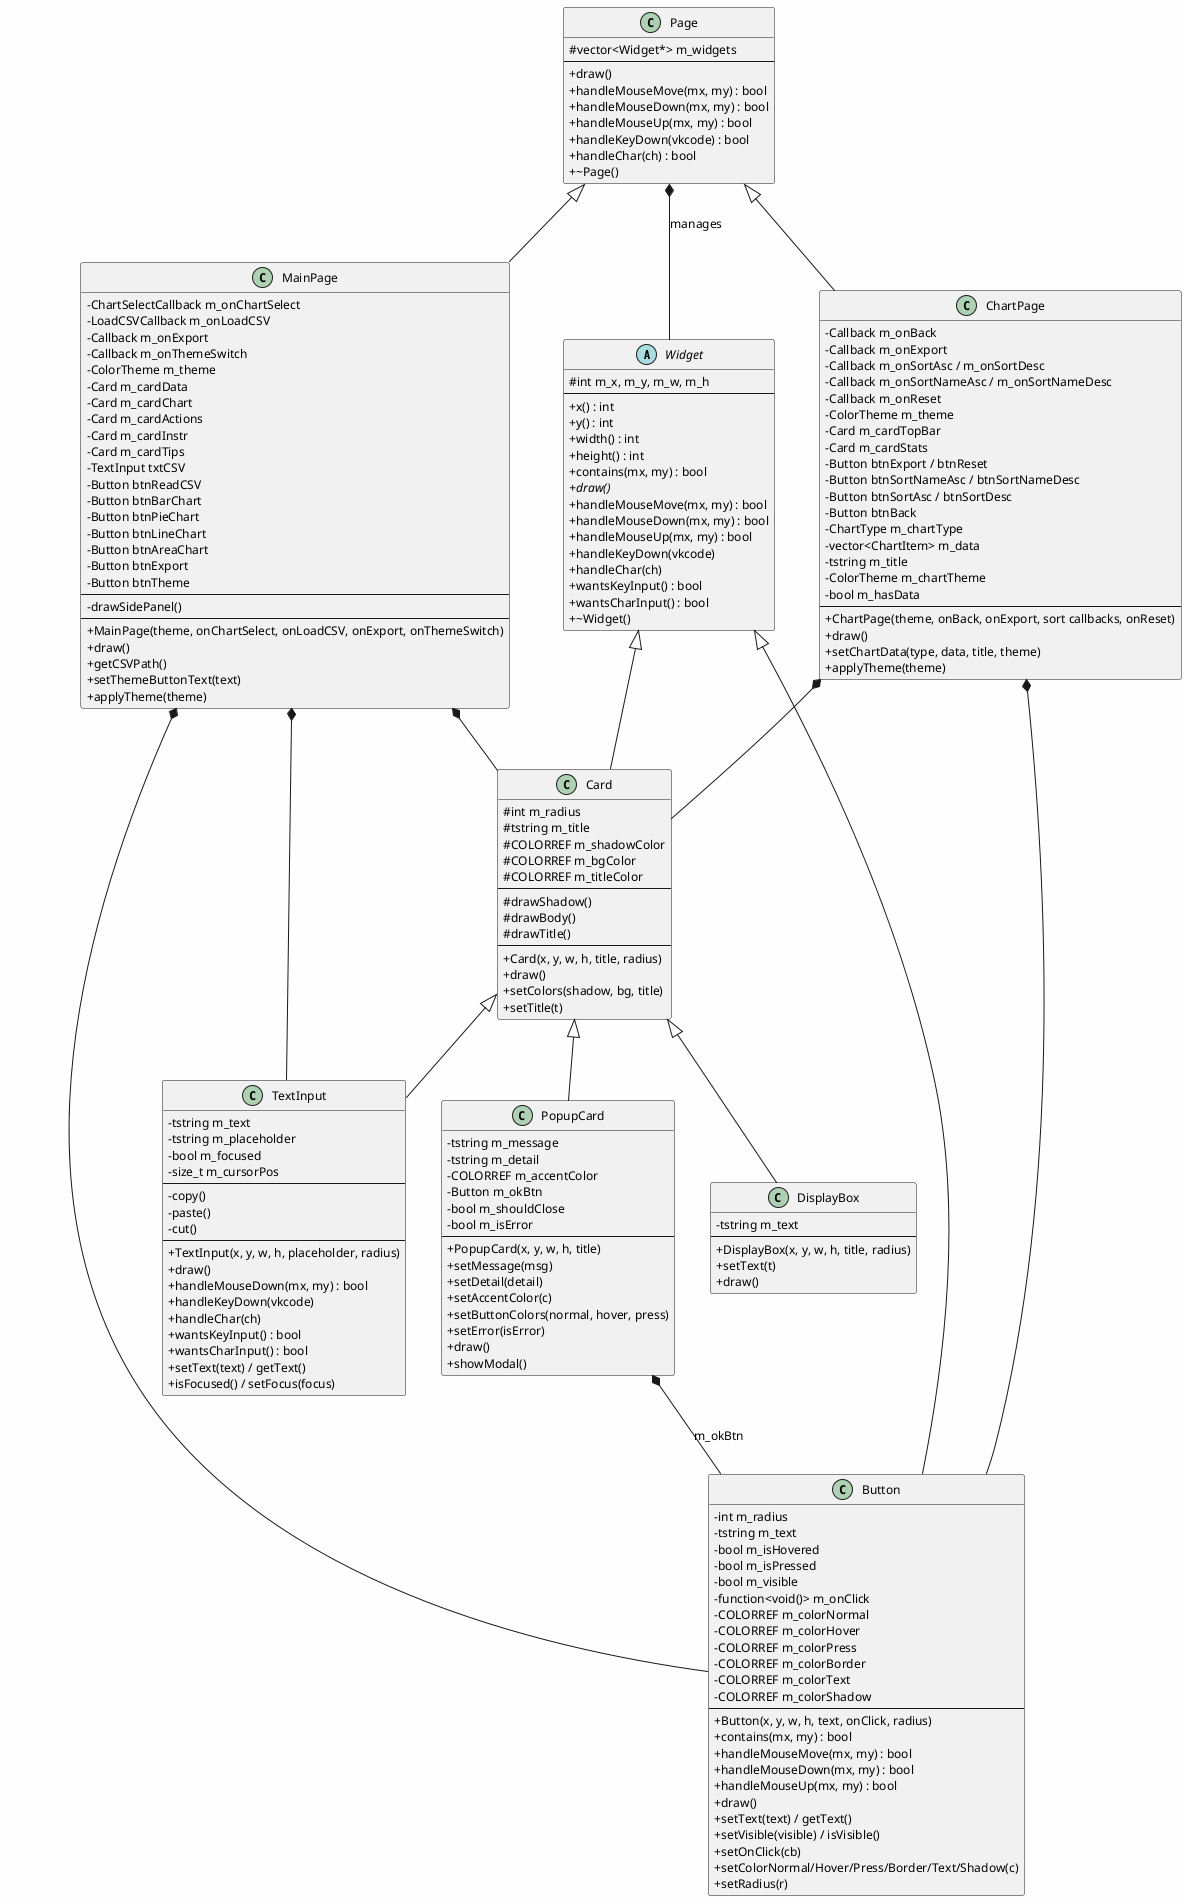
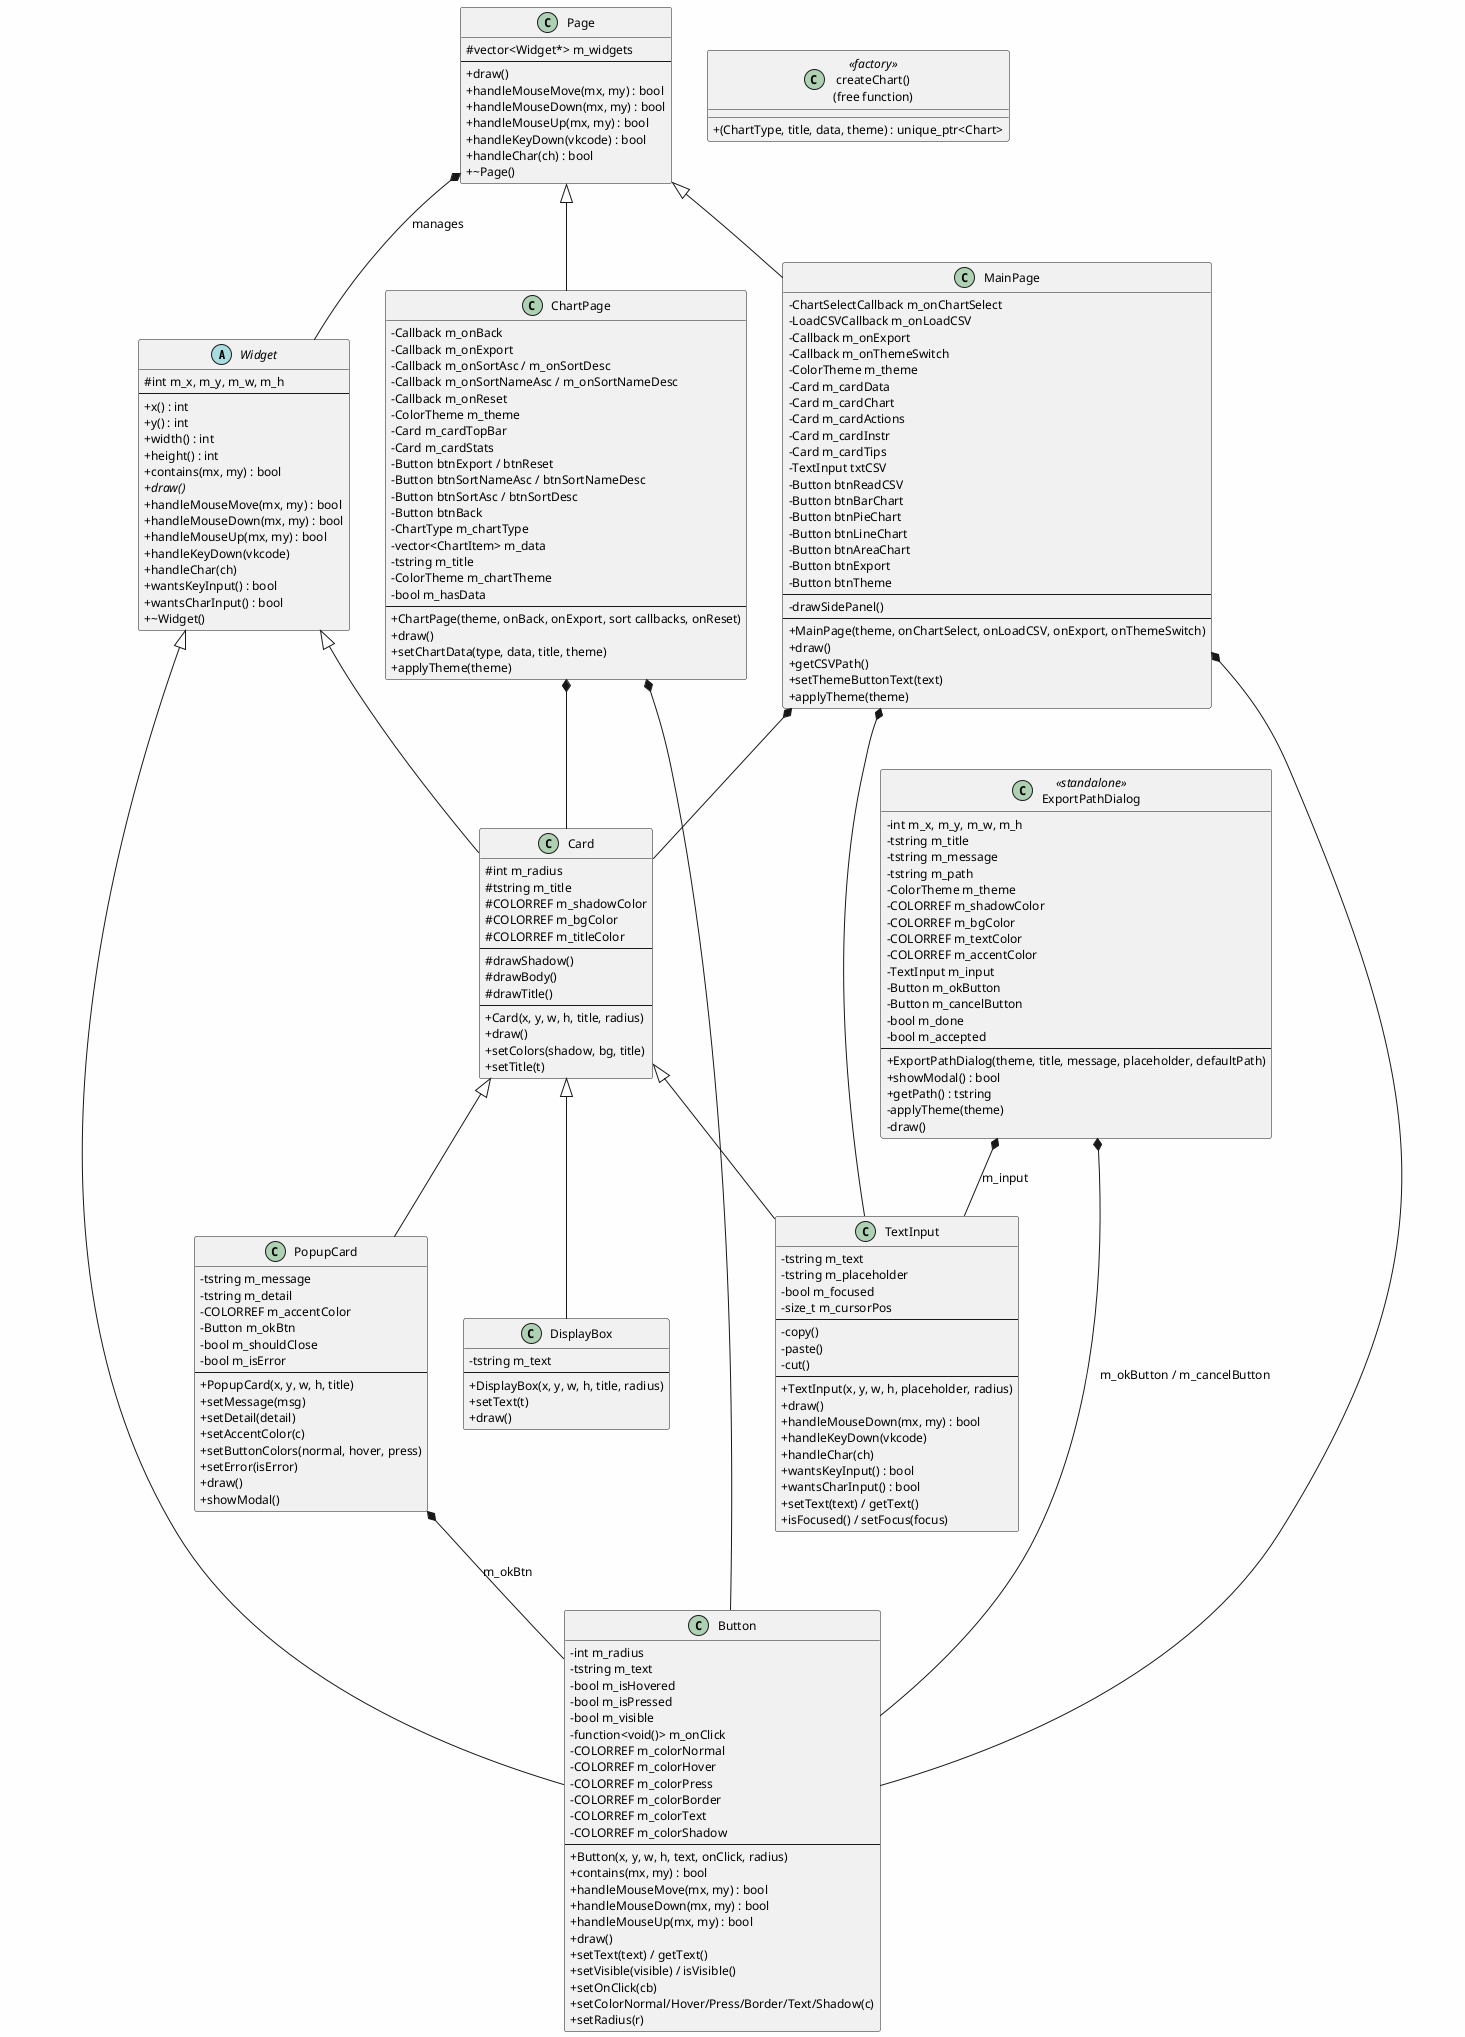
@startuml UI控件类层次结构
' ==================== UI 控件 + 页面继承体系 ====================
+ ' 版本: 2025-06 — 反映最新源码结构
+ '   - 新增 ExportPathDialog
+ '   - 新增 createChart 工厂函数
+ '   - Page 事件方法签名与源码一致

skinparam classAttributeIconSize 0
skinparam backgroundColor #FEFEFE
skinparam defaultFontSize 12

' ── Widget 抽象基类 ──
abstract class Widget {
  # int m_x, m_y, m_w, m_h
  ---
  + x() : int
  + y() : int
  + width() : int
  + height() : int
  + contains(mx, my) : bool
  + {abstract} draw()
  + handleMouseMove(mx, my) : bool
  + handleMouseDown(mx, my) : bool
  + handleMouseUp(mx, my) : bool
  + handleKeyDown(vkcode)
  + handleChar(ch)
  + wantsKeyInput() : bool
  + wantsCharInput() : bool
  + ~Widget()
}

' ── Button ──
class Button {
  - int m_radius
  - tstring m_text
  - bool m_isHovered
  - bool m_isPressed
  - bool m_visible
  - function<void()> m_onClick
  - COLORREF m_colorNormal
  - COLORREF m_colorHover
  - COLORREF m_colorPress
  - COLORREF m_colorBorder
  - COLORREF m_colorText
  - COLORREF m_colorShadow
  ---
  + Button(x, y, w, h, text, onClick, radius)
  + contains(mx, my) : bool
  + handleMouseMove(mx, my) : bool
  + handleMouseDown(mx, my) : bool
  + handleMouseUp(mx, my) : bool
  + draw()
  + setText(text) / getText()
  + setVisible(visible) / isVisible()
  + setOnClick(cb)
  + setColorNormal/Hover/Press/Border/Text/Shadow(c)
  + setRadius(r)
}

' ── Card ──
class Card {
  # int m_radius
  # tstring m_title
  # COLORREF m_shadowColor
  # COLORREF m_bgColor
  # COLORREF m_titleColor
  ---
  # drawShadow()
  # drawBody()
  # drawTitle()
  ---
  + Card(x, y, w, h, title, radius)
  + draw()
  + setColors(shadow, bg, title)
  + setTitle(t)
}

' ── DisplayBox ──
class DisplayBox {
  - tstring m_text
  ---
  + DisplayBox(x, y, w, h, title, radius)
  + setText(t)
  + draw()
}

' ── PopupCard ──
class PopupCard {
  - tstring m_message
  - tstring m_detail
  - COLORREF m_accentColor
  - Button m_okBtn
  - bool m_shouldClose
  - bool m_isError
  ---
  + PopupCard(x, y, w, h, title)
  + setMessage(msg)
  + setDetail(detail)
  + setAccentColor(c)
  + setButtonColors(normal, hover, press)
  + setError(isError)
  + draw()
  + showModal()
}

' ── TextInput ──
class TextInput {
  - tstring m_text
  - tstring m_placeholder
  - bool m_focused
  - size_t m_cursorPos
  ---
  - copy()
  - paste()
  - cut()
  ---
  + TextInput(x, y, w, h, placeholder, radius)
  + draw()
  + handleMouseDown(mx, my) : bool
  + handleKeyDown(vkcode)
  + handleChar(ch)
  + wantsKeyInput() : bool
  + wantsCharInput() : bool
  + setText(text) / getText()
  + isFocused() / setFocus(focus)
}

' ── Page ──
class Page {
  # vector<Widget*> m_widgets
  ---
  + draw()
  + handleMouseMove(mx, my) : bool
  + handleMouseDown(mx, my) : bool
  + handleMouseUp(mx, my) : bool
  + handleKeyDown(vkcode) : bool
  + handleChar(ch) : bool
  + ~Page()
}

' ── MainPage ──
class MainPage {
  - ChartSelectCallback m_onChartSelect
  - LoadCSVCallback m_onLoadCSV
  - Callback m_onExport
  - Callback m_onThemeSwitch
  - ColorTheme m_theme
  - Card m_cardData
  - Card m_cardChart
  - Card m_cardActions
  - Card m_cardInstr
  - Card m_cardTips
  - TextInput txtCSV
  - Button btnReadCSV
  - Button btnBarChart
  - Button btnPieChart
  - Button btnLineChart
  - Button btnAreaChart
  - Button btnExport
  - Button btnTheme
  ---
  - drawSidePanel()
  ---
  + MainPage(theme, onChartSelect, onLoadCSV, onExport, onThemeSwitch)
  + draw()
  + getCSVPath()
  + setThemeButtonText(text)
  + applyTheme(theme)
}

' ── ChartPage ──
class ChartPage {
  - Callback m_onBack
  - Callback m_onExport
  - Callback m_onSortAsc / m_onSortDesc
  - Callback m_onSortNameAsc / m_onSortNameDesc
  - Callback m_onReset
  - ColorTheme m_theme
  - Card m_cardTopBar
  - Card m_cardStats
  - Button btnExport / btnReset
  - Button btnSortNameAsc / btnSortNameDesc
  - Button btnSortAsc / btnSortDesc
  - Button btnBack
  - ChartType m_chartType
  - vector<ChartItem> m_data
  - tstring m_title
  - ColorTheme m_chartTheme
  - bool m_hasData
  ---
  + ChartPage(theme, onBack, onExport, sort callbacks, onReset)
  + draw()
  + setChartData(type, data, title, theme)
  + applyTheme(theme)
}

+ ' ── ExportPathDialog（独立对话框，非 Widget 子类）──
+ class ExportPathDialog <<standalone>> {
+   - int m_x, m_y, m_w, m_h
+   - tstring m_title
+   - tstring m_message
+   - tstring m_path
+   - ColorTheme m_theme
+   - COLORREF m_shadowColor
+   - COLORREF m_bgColor
+   - COLORREF m_textColor
+   - COLORREF m_accentColor
+   - TextInput m_input
+   - Button m_okButton
+   - Button m_cancelButton
+   - bool m_done
+   - bool m_accepted
+   ---
+   + ExportPathDialog(theme, title, message, placeholder, defaultPath)
+   + showModal() : bool
+   + getPath() : tstring
+   - applyTheme(theme)
+   - draw()
+ }
+ 
+ ' ── 工厂函数（定义于 Pages.h）──
+ class "createChart()\n(free function)" <<factory>> {
+   + (ChartType, title, data, theme) : unique_ptr<Chart>
+ }
+ 
' ── Widget 继承树 ──
Widget <|-- Button
Widget <|-- Card
Card <|-- DisplayBox
Card <|-- PopupCard
Card <|-- TextInput

' ── Page 继承树 ──
Page <|-- MainPage
Page <|-- ChartPage

' ── 组合关系 ──
Page *-- Widget : manages
MainPage *-- Card
MainPage *-- Button
MainPage *-- TextInput
ChartPage *-- Card
ChartPage *-- Button
PopupCard *-- Button : m_okBtn
+ ExportPathDialog *-- TextInput : m_input
+ ExportPathDialog *-- Button : m_okButton / m_cancelButton

@enduml
